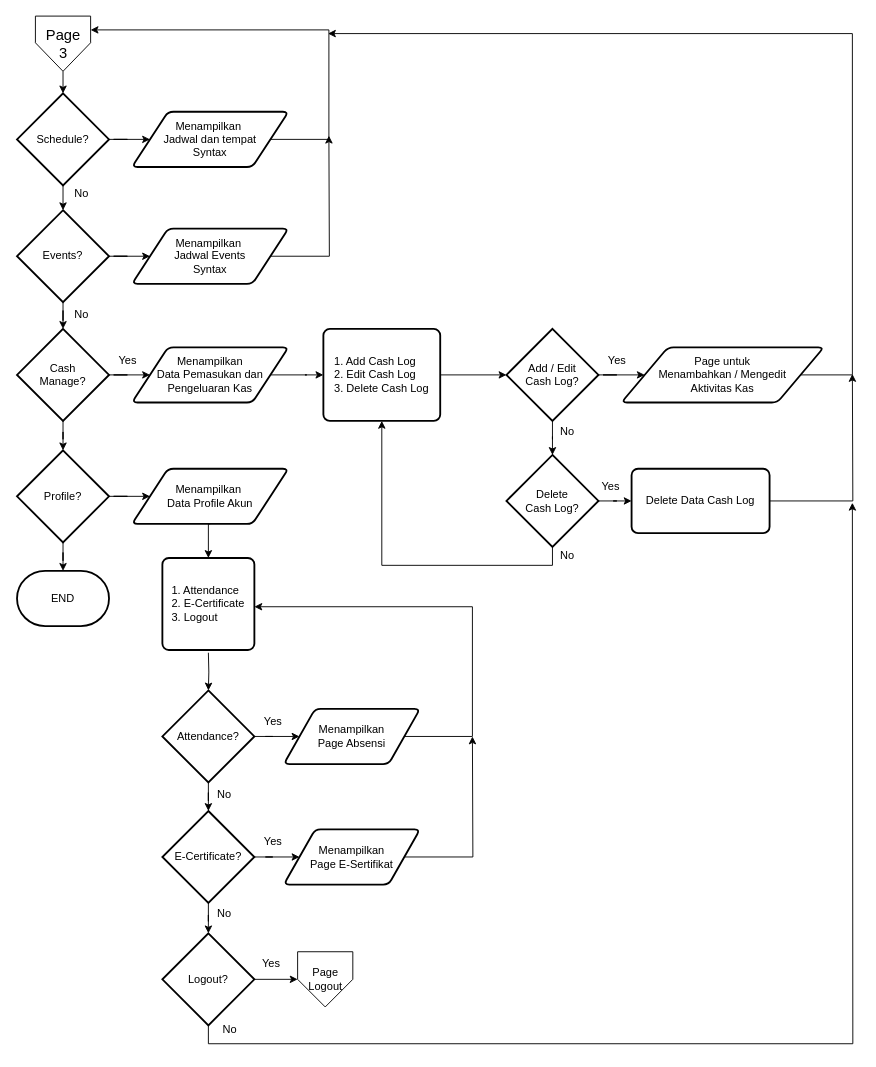
Before: PG3.drawio in dapzz-id/DrawIO, a draw.io diagram. Source tidied: cells renumbered, new cells numbered last; positions are measured from the earlier drawing's top-left corner, leaving out a move shared by most shapes. Both pictures are drawn from the tidied source at 92%, with x=0, y=0 at pixel (17, 16).
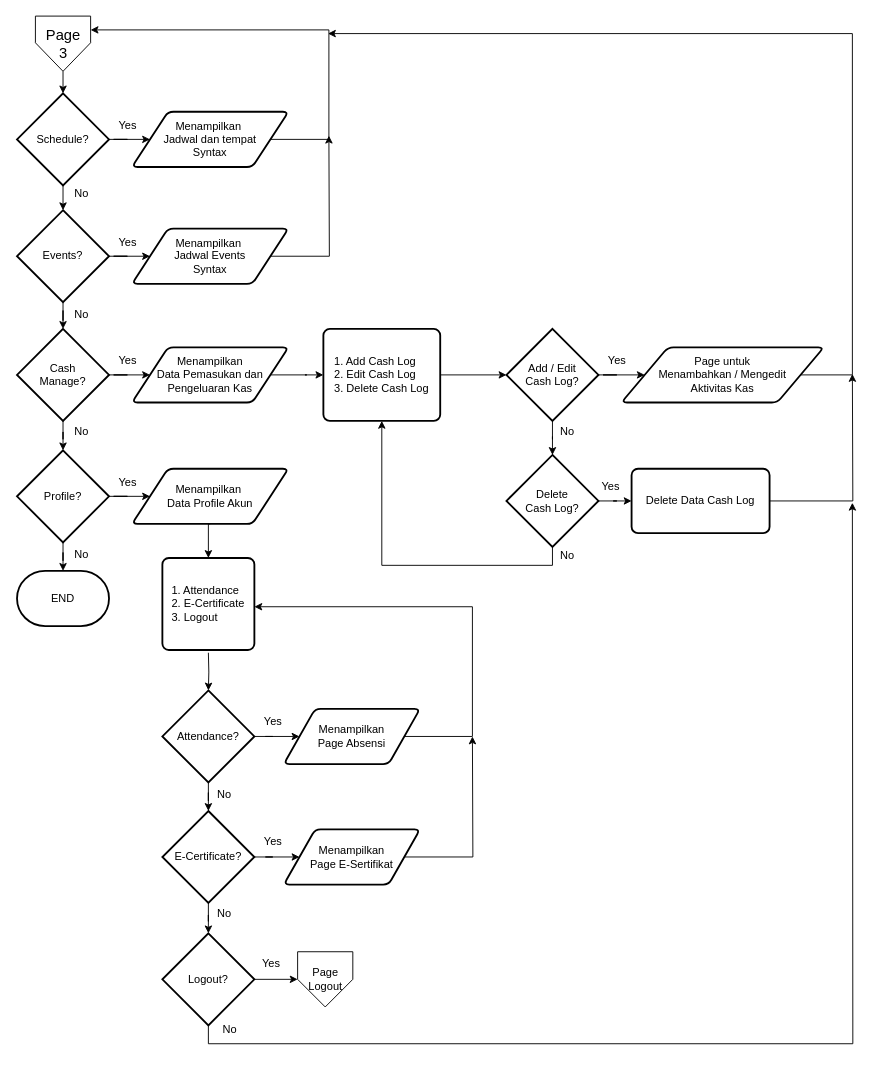
The same page after the edit.

Change to the diagram source:
```diff
@@
+    <mxCell id="66" value="No" style="text;html=1;align=center;verticalAlign=middle;strokeColor=none;fillColor=none;" parent="1" vertex="1">
+      <mxGeometry x="50" y="437" width="40" height="30" as="geometry" />
+    </mxCell>
+    <mxCell id="67" value="Yes" style="text;html=1;align=center;verticalAlign=middle;strokeColor=none;fillColor=none;" parent="1" vertex="1">
+      <mxGeometry x="100" y="492" width="40" height="30" as="geometry" />
+    </mxCell>
+    <mxCell id="68" value="No" style="text;html=1;align=center;verticalAlign=middle;strokeColor=none;fillColor=none;" parent="1" vertex="1">
+      <mxGeometry x="50" y="570" width="40" height="30" as="geometry" />
+    </mxCell>
+    <mxCell id="69" value="Yes" style="text;html=1;align=center;verticalAlign=middle;strokeColor=none;fillColor=none;" parent="1" vertex="1">
+      <mxGeometry x="100" y="231" width="40" height="30" as="geometry" />
+    </mxCell>
+    <mxCell id="70" value="Yes" style="text;html=1;align=center;verticalAlign=middle;strokeColor=none;fillColor=none;" parent="1" vertex="1">
+      <mxGeometry x="100" y="104" width="40" height="30" as="geometry" />
+    </mxCell>
```
